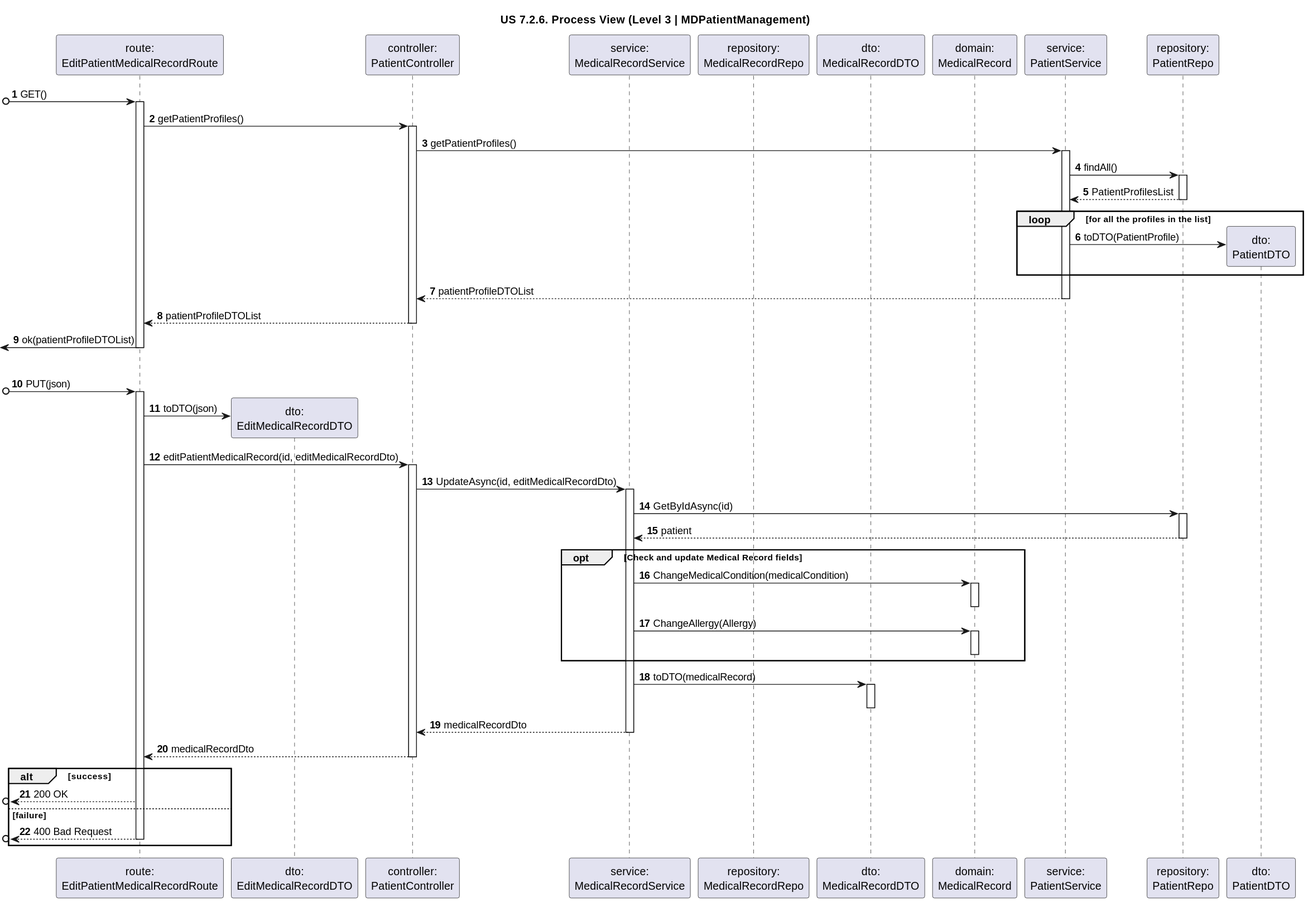
Earlier version of the PlantUML export docs/sprint-3/1221933/us-7.2.6/diagrams/n3/process-view-nivel3-mdpatientmanagement.svg (rita-barbosa/LAPR5-2425).
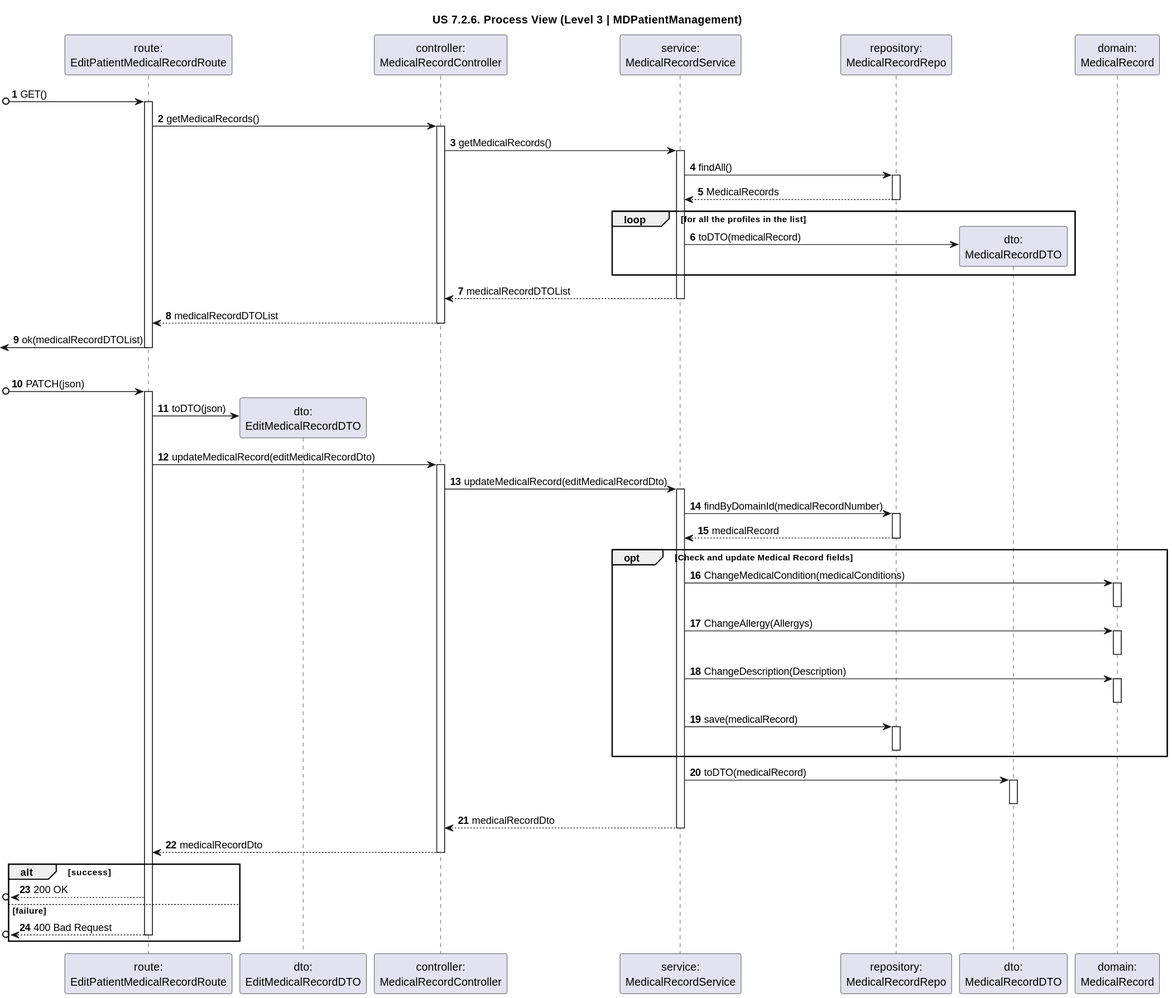
The same diagram one commit later.

What changed in the source:
```diff
@@ -6,75 +6,80 @@
 
 participant "route:\nEditPatientMedicalRecordRoute" as ROUTE
 participant "dto:\nEditMedicalRecordDTO" as UpdateDTO
-participant "controller:\nPatientController" as CTRL
+participant "controller:\nMedicalRecordController" as CTRL
 
 participant "service:\nMedicalRecordService" as MEDSER
 participant "repository:\nMedicalRecordRepo" as MEDREPO
 participant "dto:\nMedicalRecordDTO" as MEDDTO
 participant "domain:\nMedicalRecord" as MEDREC
 
-participant "service:\nPatientService" as SER
-participant "repository:\nPatientRepo" as REPO
-participant "dto:\nPatientDTO" as DTO
 
 [o-> ROUTE : GET()
 activate ROUTE
 
-ROUTE -> CTRL : getPatientProfiles()
+ROUTE -> CTRL : getMedicalRecords()
 activate CTRL
 
-CTRL -> SER : getPatientProfiles()
-activate SER
+CTRL -> MEDSER : getMedicalRecords()
+activate MEDSER
 
-SER -> REPO : findAll()
-activate REPO
+MEDSER -> MEDREPO : findAll()
+activate MEDREPO
 
-REPO --> SER : PatientProfilesList
-deactivate REPO
+MEDREPO --> MEDSER : MedicalRecords
+deactivate MEDREPO
 
 loop for all the profiles in the list
-SER -> DTO ** : toDTO(PatientProfile)
+MEDSER -> MEDDTO ** : toDTO(medicalRecord)
 
 
 end loop
 
-SER --> CTRL : patientProfileDTOList
-deactivate SER
+MEDSER --> CTRL : medicalRecordDTOList
+deactivate MEDSER
 
-CTRL --> ROUTE : patientProfileDTOList
+CTRL --> ROUTE : medicalRecordDTOList
 deactivate CTRL
 
-<- ROUTE : ok(patientProfileDTOList)
+<- ROUTE : ok(medicalRecordDTOList)
 deactivate ROUTE
 
 |||
 
-[o-> ROUTE : PUT(json)
+[o-> ROUTE : PATCH(json)
 activate ROUTE
 
 ROUTE -> UpdateDTO ** : toDTO(json)
 
 
-ROUTE -> CTRL : editPatientMedicalRecord(id, editMedicalRecordDto)
+ROUTE -> CTRL : updateMedicalRecord(editMedicalRecordDto)
 activate CTRL
 
-CTRL -> MEDSER : UpdateAsync(id, editMedicalRecordDto)
+CTRL -> MEDSER : updateMedicalRecord(editMedicalRecordDto)
 activate MEDSER
 
-MEDSER -> REPO : GetByIdAsync(id)
-activate REPO
+MEDSER -> MEDREPO : findByDomainId(medicalRecordNumber)
+activate MEDREPO
 
-REPO --> MEDSER : patient
-deactivate REPO
+MEDREPO --> MEDSER : medicalRecord
+deactivate MEDREPO
 
 opt Check and update Medical Record fields
-MEDSER -> MEDREC : ChangeMedicalCondition(medicalCondition)
+MEDSER -> MEDREC : ChangeMedicalCondition(medicalConditions)
 activate MEDREC
 deactivate MEDREC
 
-MEDSER -> MEDREC : ChangeAllergy(Allergy)
+MEDSER -> MEDREC : ChangeAllergy(Allergys)
 activate MEDREC
 deactivate MEDREC
+
+MEDSER -> MEDREC : ChangeDescription(Description)
+activate MEDREC
+deactivate MEDREC
+
+MEDSER -> MEDREPO : save(medicalRecord)
+activate MEDREPO
+deactivate MEDREPO
 
 end opt
 
```
